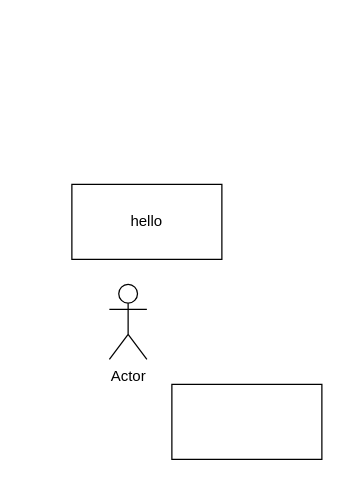
Above: data/Unbenanntes Diagramm.drawio in maxschwalenberg/methods_in_ai_research_03 (draw.io), before the change. Source tidied: cells renumbered, new cells numbered last; positions are measured from the earlier drawing's top-left corner, leaving out a move shared by most shapes. Both pictures are drawn from the tidied source at 125%, with x=0, y=0 at pixel (71, 184).
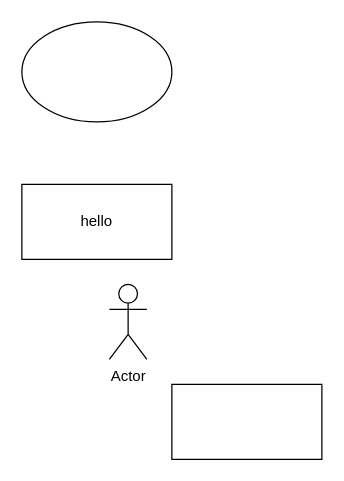
The same page after the edit.

Change to the diagram source:
```diff
@@
 <mxGraphModel>
   <root>
     <mxCell id="0" />
     <mxCell id="1" parent="0" />
     <mxCell id="2" value="Actor" style="shape=umlActor;verticalLabelPosition=bottom;verticalAlign=top;html=1;" parent="1" vertex="1">
       <mxGeometry x="30" y="80" width="30" height="60" as="geometry" />
     </mxCell>
     <mxCell id="3" style="rounded=0;whiteSpace=wrap;html=1;" parent="1" vertex="1">
       <mxGeometry x="80" y="160" width="120" height="60" as="geometry" />
     </mxCell>
     <mxCell id="4" value="hello" style="rounded=0;whiteSpace=wrap;html=1;" parent="1" vertex="1">
-      <mxGeometry width="120" height="60" as="geometry" />
+      <mxGeometry x="-40" width="120" height="60" as="geometry" />
     </mxCell>
+    <mxCell id="5" style="ellipse;whiteSpace=wrap;html=1;" parent="1" vertex="1">
+      <mxGeometry x="-40" y="-130" width="120" height="80" as="geometry" />
+    </mxCell>
   </root>
 </mxGraphModel>
```
